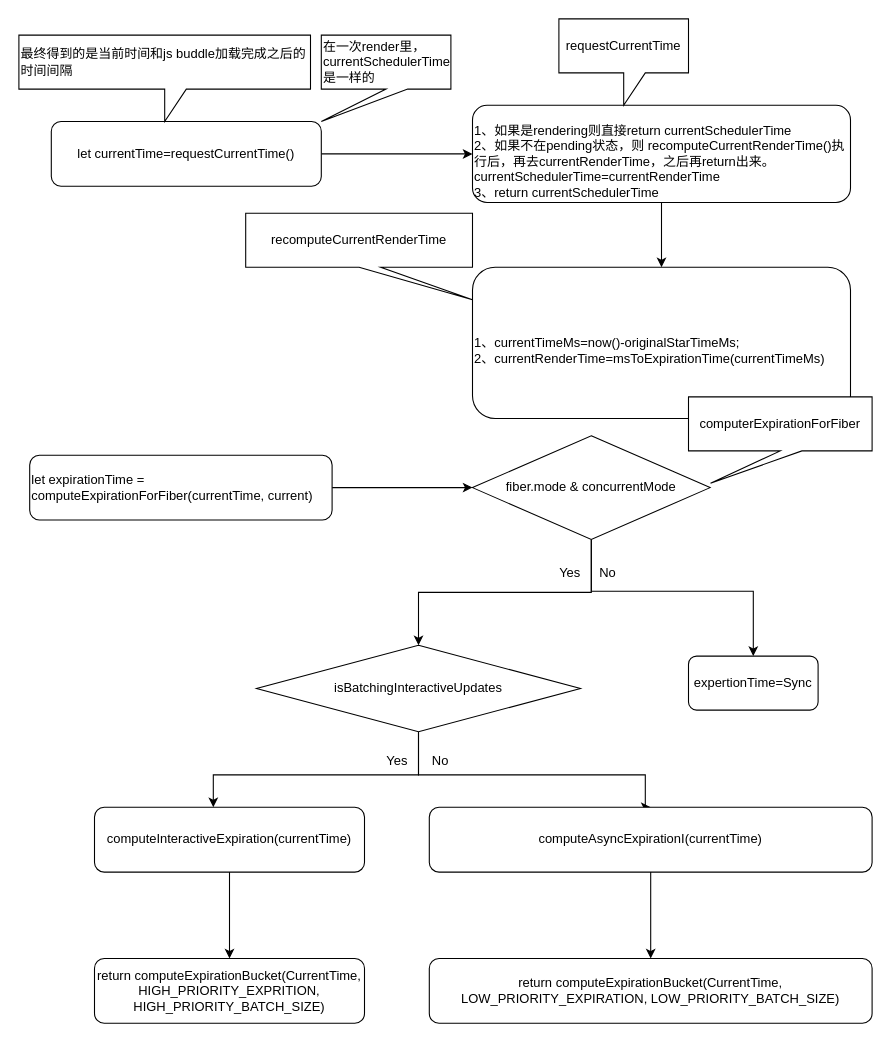
Before: expirationTime.drawio in Windseek/react-source, a draw.io diagram. Source tidied: cells renumbered, new cells numbered last; positions are measured from the earlier drawing's top-left corner, leaving out a move shared by most shapes. Both pictures are drawn from the tidied source at 108%, with x=0, y=0 at pixel (18, 18).
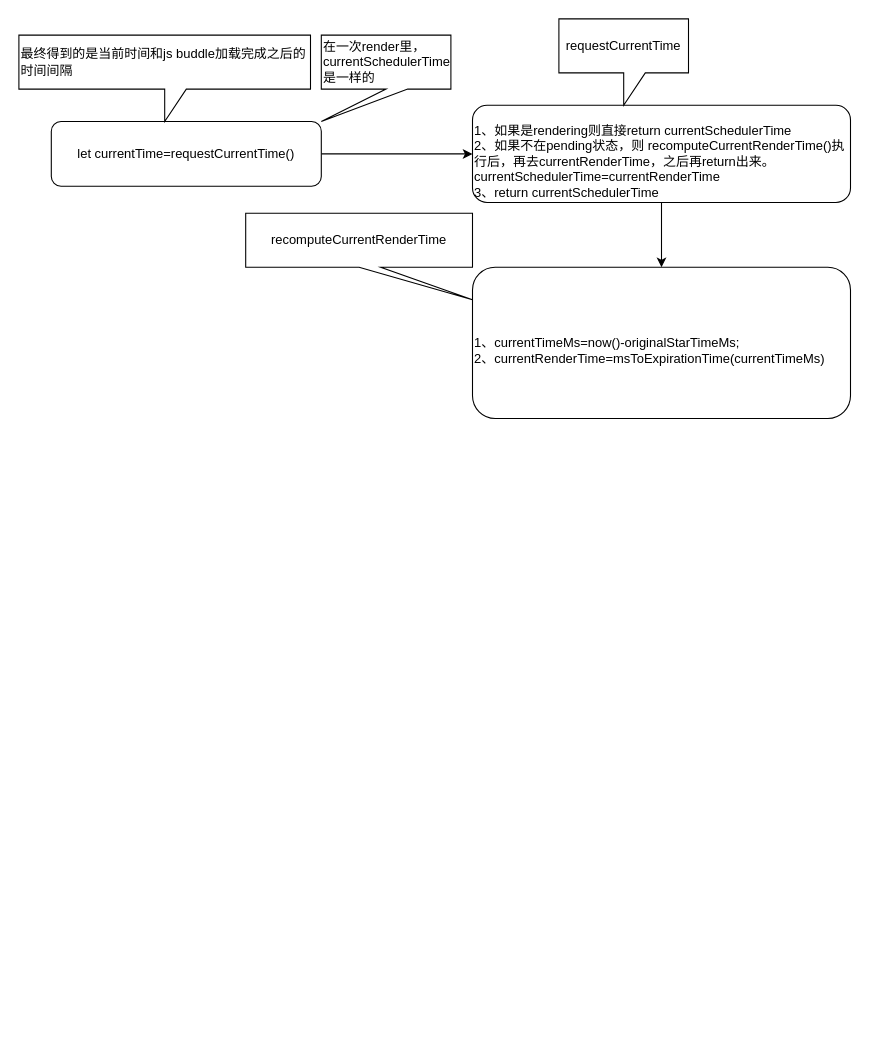
The same diagram, later.

Diff of the diagram source:
```diff
@@
-    <mxCell id="11" style="edgeStyle=orthogonalEdgeStyle;rounded=0;jettySize=auto;html=1;entryX=0;entryY=0.5;entryDx=0;entryDy=0;" parent="1" edge="1" source="12" target="15">
-      <mxGeometry relative="1" as="geometry" />
-    </mxCell>
-    <mxCell id="12" value="let expirationTime = computeExpirationForFiber(currentTime, current)" style="rounded=1;whiteSpace=wrap;html=1;align=left;" parent="1" vertex="1">
-      <mxGeometry x="10" y="404" width="280" height="60" as="geometry" />
-    </mxCell>
-    <mxCell id="13" style="edgeStyle=orthogonalEdgeStyle;rounded=0;jettySize=auto;html=1;" parent="1" edge="1" source="15">
-      <mxGeometry relative="1" as="geometry">
-        <mxPoint x="370" y="580" as="targetPoint" />
-        <Array as="points">
-          <mxPoint x="530" y="531" />
-          <mxPoint x="370" y="531" />
-        </Array>
-      </mxGeometry>
-    </mxCell>
-    <mxCell id="14" style="edgeStyle=orthogonalEdgeStyle;rounded=0;jettySize=auto;html=1;entryX=0.5;entryY=0;entryDx=0;entryDy=0;" parent="1" edge="1" source="15" target="17">
-      <mxGeometry relative="1" as="geometry">
-        <Array as="points">
-          <mxPoint x="530" y="530" />
-          <mxPoint x="680" y="530" />
-        </Array>
-      </mxGeometry>
-    </mxCell>
-    <mxCell id="15" value="&lt;span style=&quot;text-align: left ; white-space: normal&quot;&gt;fiber.mode &amp;amp; concurrentMode&lt;/span&gt;" style="rhombus;whiteSpace=wrap;html=1;" parent="1" vertex="1">
-      <mxGeometry x="420" y="386" width="220" height="96" as="geometry" />
-    </mxCell>
-    <mxCell id="16" value="computerExpirationForFiber" style="shape=callout;whiteSpace=wrap;html=1;perimeter=calloutPerimeter;position2=0.12;" parent="1" vertex="1">
-      <mxGeometry x="620" y="350" width="170" height="80" as="geometry" />
-    </mxCell>
-    <mxCell id="17" value="expertionTime=Sync" style="rounded=1;whiteSpace=wrap;html=1;" parent="1" vertex="1">
-      <mxGeometry x="620" y="590" width="120" height="50" as="geometry" />
-    </mxCell>
-    <mxCell id="18" value="Yes" style="text;html=1;align=center;verticalAlign=middle;" parent="1" vertex="1">
-      <mxGeometry x="490" y="503" width="40" height="20" as="geometry" />
-    </mxCell>
-    <mxCell id="19" value="No" style="text;html=1;align=center;verticalAlign=middle;" parent="1" vertex="1">
-      <mxGeometry x="530" y="503" width="30" height="20" as="geometry" />
-    </mxCell>
-    <mxCell id="20" style="edgeStyle=orthogonalEdgeStyle;rounded=0;jettySize=auto;html=1;" parent="1" edge="1" source="22" target="24">
-      <mxGeometry relative="1" as="geometry">
-        <Array as="points">
-          <mxPoint x="370" y="700" />
-          <mxPoint x="180" y="700" />
-        </Array>
-      </mxGeometry>
-    </mxCell>
-    <mxCell id="21" style="edgeStyle=orthogonalEdgeStyle;rounded=0;jettySize=auto;html=1;entryX=0.5;entryY=0;entryDx=0;entryDy=0;" parent="1" edge="1" source="22" target="27">
-      <mxGeometry relative="1" as="geometry">
-        <Array as="points">
-          <mxPoint x="370" y="700" />
-          <mxPoint x="580" y="700" />
-        </Array>
-      </mxGeometry>
-    </mxCell>
-    <mxCell id="22" value="&lt;span style=&quot;text-align: left ; white-space: normal&quot;&gt;isBatchingInteractiveUpdates&lt;/span&gt;" style="rhombus;whiteSpace=wrap;html=1;" parent="1" vertex="1">
-      <mxGeometry x="220" y="580" width="300" height="80" as="geometry" />
-    </mxCell>
-    <mxCell id="23" style="edgeStyle=orthogonalEdgeStyle;rounded=0;jettySize=auto;html=1;" parent="1" edge="1" source="24" target="25">
-      <mxGeometry relative="1" as="geometry" />
-    </mxCell>
-    <mxCell id="24" value="computeInteractiveExpiration(currentTime)" style="rounded=1;whiteSpace=wrap;html=1;" parent="1" vertex="1">
-      <mxGeometry x="70" y="730" width="250" height="60" as="geometry" />
-    </mxCell>
-    <mxCell id="25" value="return computeExpirationBucket(CurrentTime, HIGH_PRIORITY_EXPRITION, HIGH_PRIORITY_BATCH_SIZE)" style="rounded=1;whiteSpace=wrap;html=1;" parent="1" vertex="1">
-      <mxGeometry x="70" y="870" width="250" height="60" as="geometry" />
-    </mxCell>
-    <mxCell id="26" style="edgeStyle=orthogonalEdgeStyle;rounded=0;jettySize=auto;html=1;" parent="1" edge="1" source="27" target="28">
-      <mxGeometry relative="1" as="geometry" />
-    </mxCell>
-    <mxCell id="27" value="computeAsyncExpirationI(currentTime)" style="rounded=1;whiteSpace=wrap;html=1;" parent="1" vertex="1">
-      <mxGeometry x="380" y="730" width="410" height="60" as="geometry" />
-    </mxCell>
-    <mxCell id="28" value="return computeExpirationBucket(CurrentTime, LOW_PRIORITY_EXPIRATION, LOW_PRIORITY_BATCH_SIZE)" style="rounded=1;whiteSpace=wrap;html=1;" parent="1" vertex="1">
-      <mxGeometry x="380" y="870" width="410" height="60" as="geometry" />
-    </mxCell>
-    <mxCell id="29" value="Yes" style="text;html=1;align=center;verticalAlign=middle;" parent="1" vertex="1">
-      <mxGeometry x="330" y="677" width="40" height="20" as="geometry" />
-    </mxCell>
-    <mxCell id="30" value="No" style="text;html=1;align=center;verticalAlign=middle;" parent="1" vertex="1">
-      <mxGeometry x="375" y="677" width="30" height="20" as="geometry" />
-    </mxCell>
```
